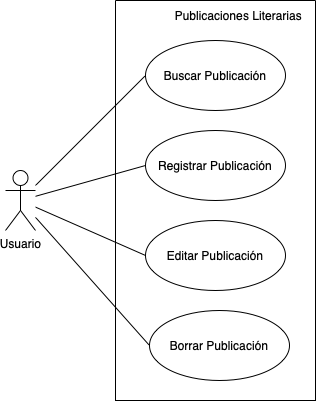
This is documentacion/registro literario.png from Dicter26/Proyecto1S.Social, a draw.io export, as it was before one commit. Source tidied: cells renumbered, new cells last; positions are measured from the earlier drawing's top-left corner, leaving out a move shared by most shapes.
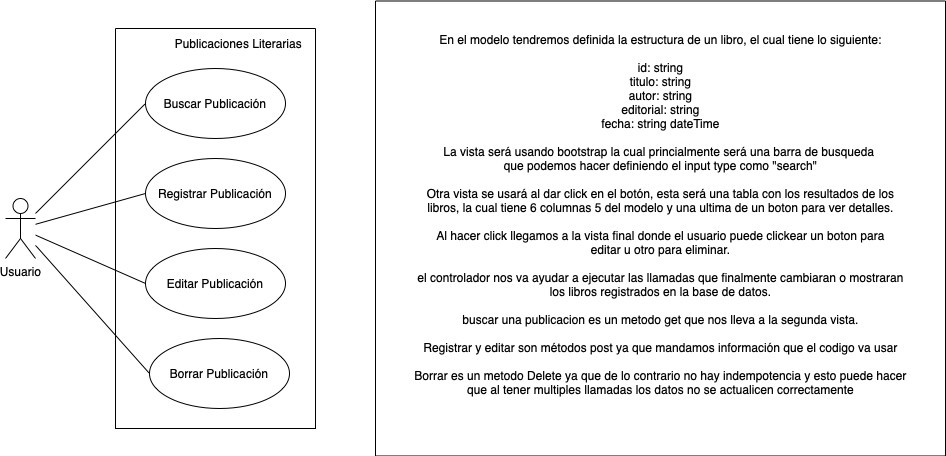
The same file after the commit.

Commit message:
Modificando documentación. Responsable: Dicter Rosas

The edit, as a diff of the source:
```diff
@@ -35,5 +35,11 @@
     <mxCell id="12" value="Publicaciones Literarias&amp;nbsp;" style="text;html=1;strokeColor=none;fillColor=none;align=center;verticalAlign=middle;whiteSpace=wrap;rounded=0;" parent="1" vertex="1">
       <mxGeometry x="160" width="150" height="30" as="geometry" />
     </mxCell>
+    <mxCell id="13" style="swimlane;startSize=0;" parent="1" vertex="1">
+      <mxGeometry x="370" y="-27.5" width="570" height="455" as="geometry" />
+    </mxCell>
+    <mxCell id="14" value="En el modelo tendremos definida la estructura de un libro, el cual tiene lo siguiente:&lt;br&gt;&lt;br&gt;id: string&lt;br&gt;titulo: string&lt;br&gt;autor: string&lt;br&gt;editorial: string&lt;br&gt;fecha: string dateTime&lt;br&gt;&lt;br&gt;La vista será usando bootstrap la cual princialmente será una barra de busqueda&amp;nbsp;&lt;br&gt;que podemos hacer definiendo el input type como &quot;search&quot;&lt;br&gt;&lt;br&gt;Otra vista se usará al dar click en el botón, esta será una tabla con los resultados de los&lt;br&gt;libros, la cual tiene 6 columnas 5 del modelo y una ultima de un boton para ver detalles.&lt;br&gt;&lt;br&gt;Al hacer click llegamos a la vista final donde el usuario puede clickear un boton para&lt;br&gt;editar u otro para eliminar.&lt;br&gt;&lt;br&gt;el controlador nos va ayudar a ejecutar las llamadas que finalmente cambiaran o mostraran&lt;br&gt;los libros registrados en la base de datos.&lt;br&gt;&lt;br&gt;buscar una publicacion es un metodo get que nos lleva a la segunda vista.&lt;br&gt;&lt;br&gt;Registrar y editar son métodos post ya que mandamos información que el codigo va usar&lt;br&gt;&lt;br&gt;Borrar es un metodo Delete ya que de lo contrario no hay indempotencia y esto puede hacer&lt;br&gt;que al tener multiples llamadas los datos no se actualicen correctamente&lt;br&gt;&lt;br&gt;&lt;div style=&quot;text-align: left&quot;&gt;&lt;br&gt;&lt;/div&gt;" style="text;html=1;align=center;verticalAlign=middle;strokeColor=none;fillColor=none;" parent="13" vertex="1">
+      <mxGeometry x="25" y="22.5" width="520" height="410" as="geometry" />
+    </mxCell>
   </root>
 </mxGraphModel>
```
